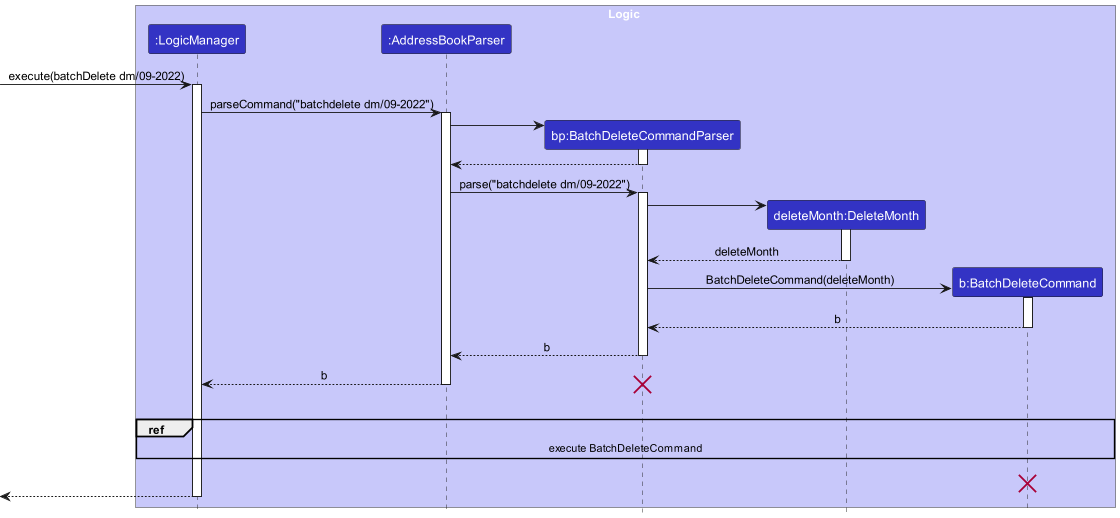
Earlier version of the PlantUML export docs/images/BatchDeleteSequenceDiagram1.png (nus-cs2103-AY2324S1/tp). The source it was exported from:
```plantuml
@startuml
!include style.puml
skinparam ArrowFontStyle plain

box Logic LOGIC_COLOR_T1
participant ":LogicManager" as LogicManager LOGIC_COLOR
participant ":AddressBookParser" as AddressBookParser LOGIC_COLOR
participant "bp:BatchDeleteCommandParser" as BatchDeleteCommandParser LOGIC_COLOR
participant "deleteMonth:DeleteMonth" as DeleteMonth LOGIC_COLOR
participant "b:BatchDeleteCommand" as BatchDeleteCommand LOGIC_COLOR
end box

[-> LogicManager : execute(batchDelete dm/09-2022)
activate LogicManager

LogicManager -> AddressBookParser : parseCommand("batchdelete dm/09-2022")
activate AddressBookParser

create BatchDeleteCommandParser
AddressBookParser -> BatchDeleteCommandParser
activate BatchDeleteCommandParser
BatchDeleteCommandParser --> AddressBookParser
deactivate BatchDeleteCommandParser

AddressBookParser -> BatchDeleteCommandParser : parse("batchdelete dm/09-2022")
activate BatchDeleteCommandParser

create DeleteMonth
BatchDeleteCommandParser -> DeleteMonth
activate DeleteMonth
DeleteMonth --> BatchDeleteCommandParser : deleteMonth
deactivate DeleteMonth

create BatchDeleteCommand
BatchDeleteCommandParser -> BatchDeleteCommand : BatchDeleteCommand(deleteMonth)
activate BatchDeleteCommand

BatchDeleteCommand --> BatchDeleteCommandParser : b
deactivate BatchDeleteCommand
BatchDeleteCommandParser --> AddressBookParser : b
deactivate BatchDeleteCommandParser

AddressBookParser --> LogicManager : b
deactivate AddressBookParser

destroy BatchDeleteCommandParser

BatchDeleteCommand -[hidden]-> LogicManager : empty row
ref over LogicManager, BatchDeleteCommand : execute BatchDeleteCommand

BatchDeleteCommand -[hidden]-> LogicManager : empty row
destroy BatchDeleteCommand

[<--LogicManager
deactivate LogicManager
@enduml
```
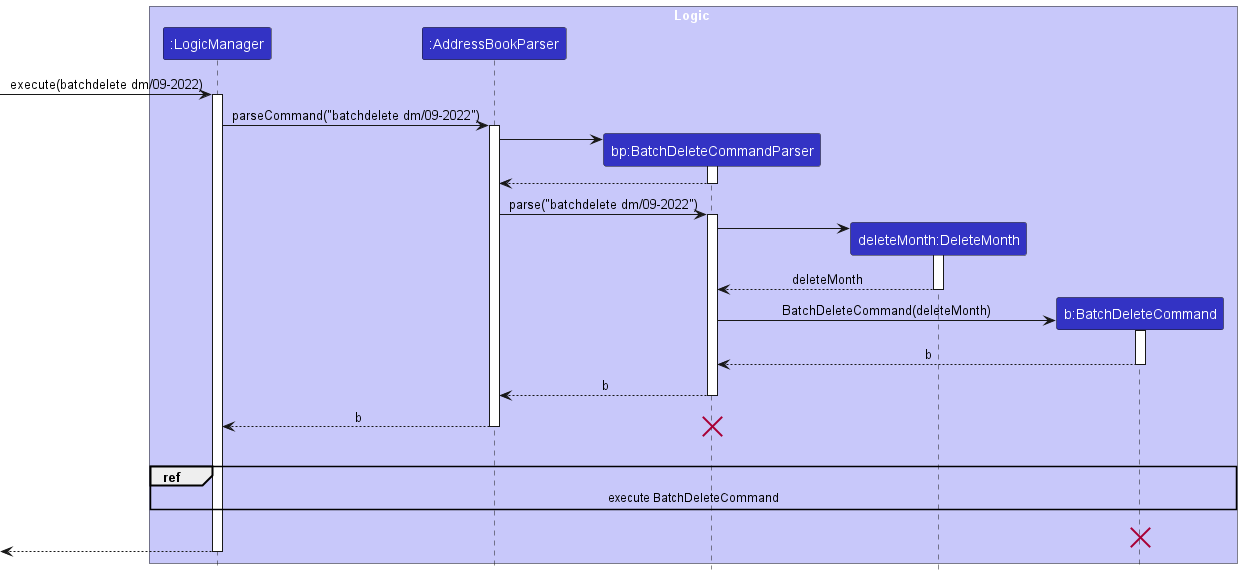
The same file after the commit.

Commit message:
Add DG notes for the remind feature with the relevant diagrams

Change to the diagram source:
```diff
@@ -10,7 +10,7 @@
 participant "b:BatchDeleteCommand" as BatchDeleteCommand LOGIC_COLOR
 end box
 
-[-> LogicManager : execute(batchDelete dm/09-2022)
+[-> LogicManager : execute(batchdelete dm/09-2022)
 activate LogicManager
 
 LogicManager -> AddressBookParser : parseCommand("batchdelete dm/09-2022")
```
